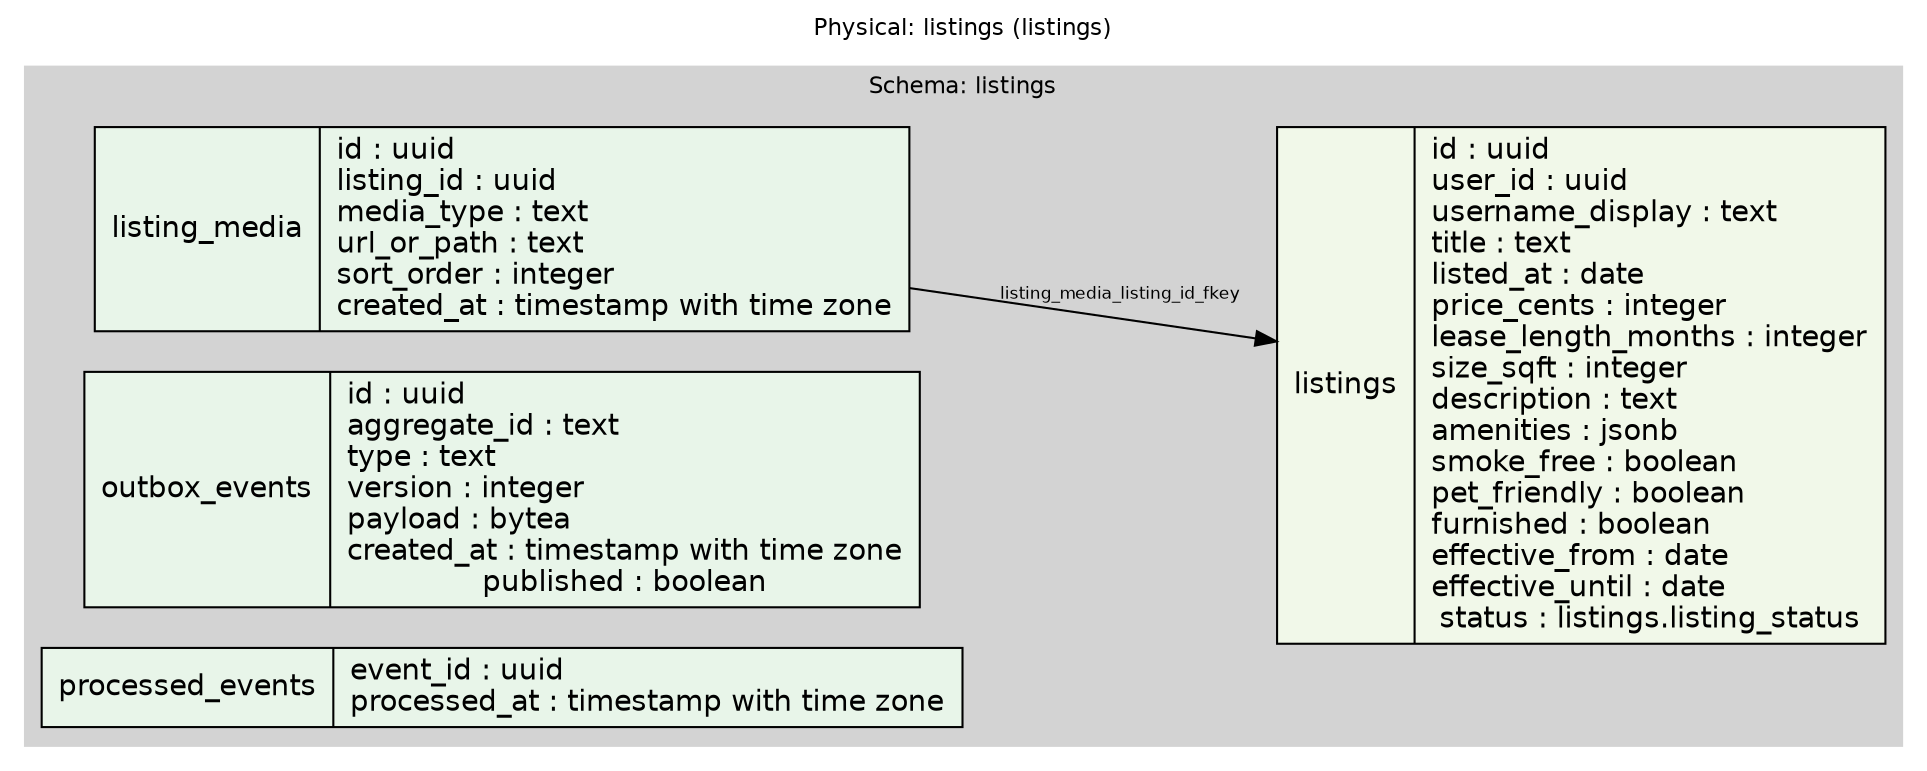
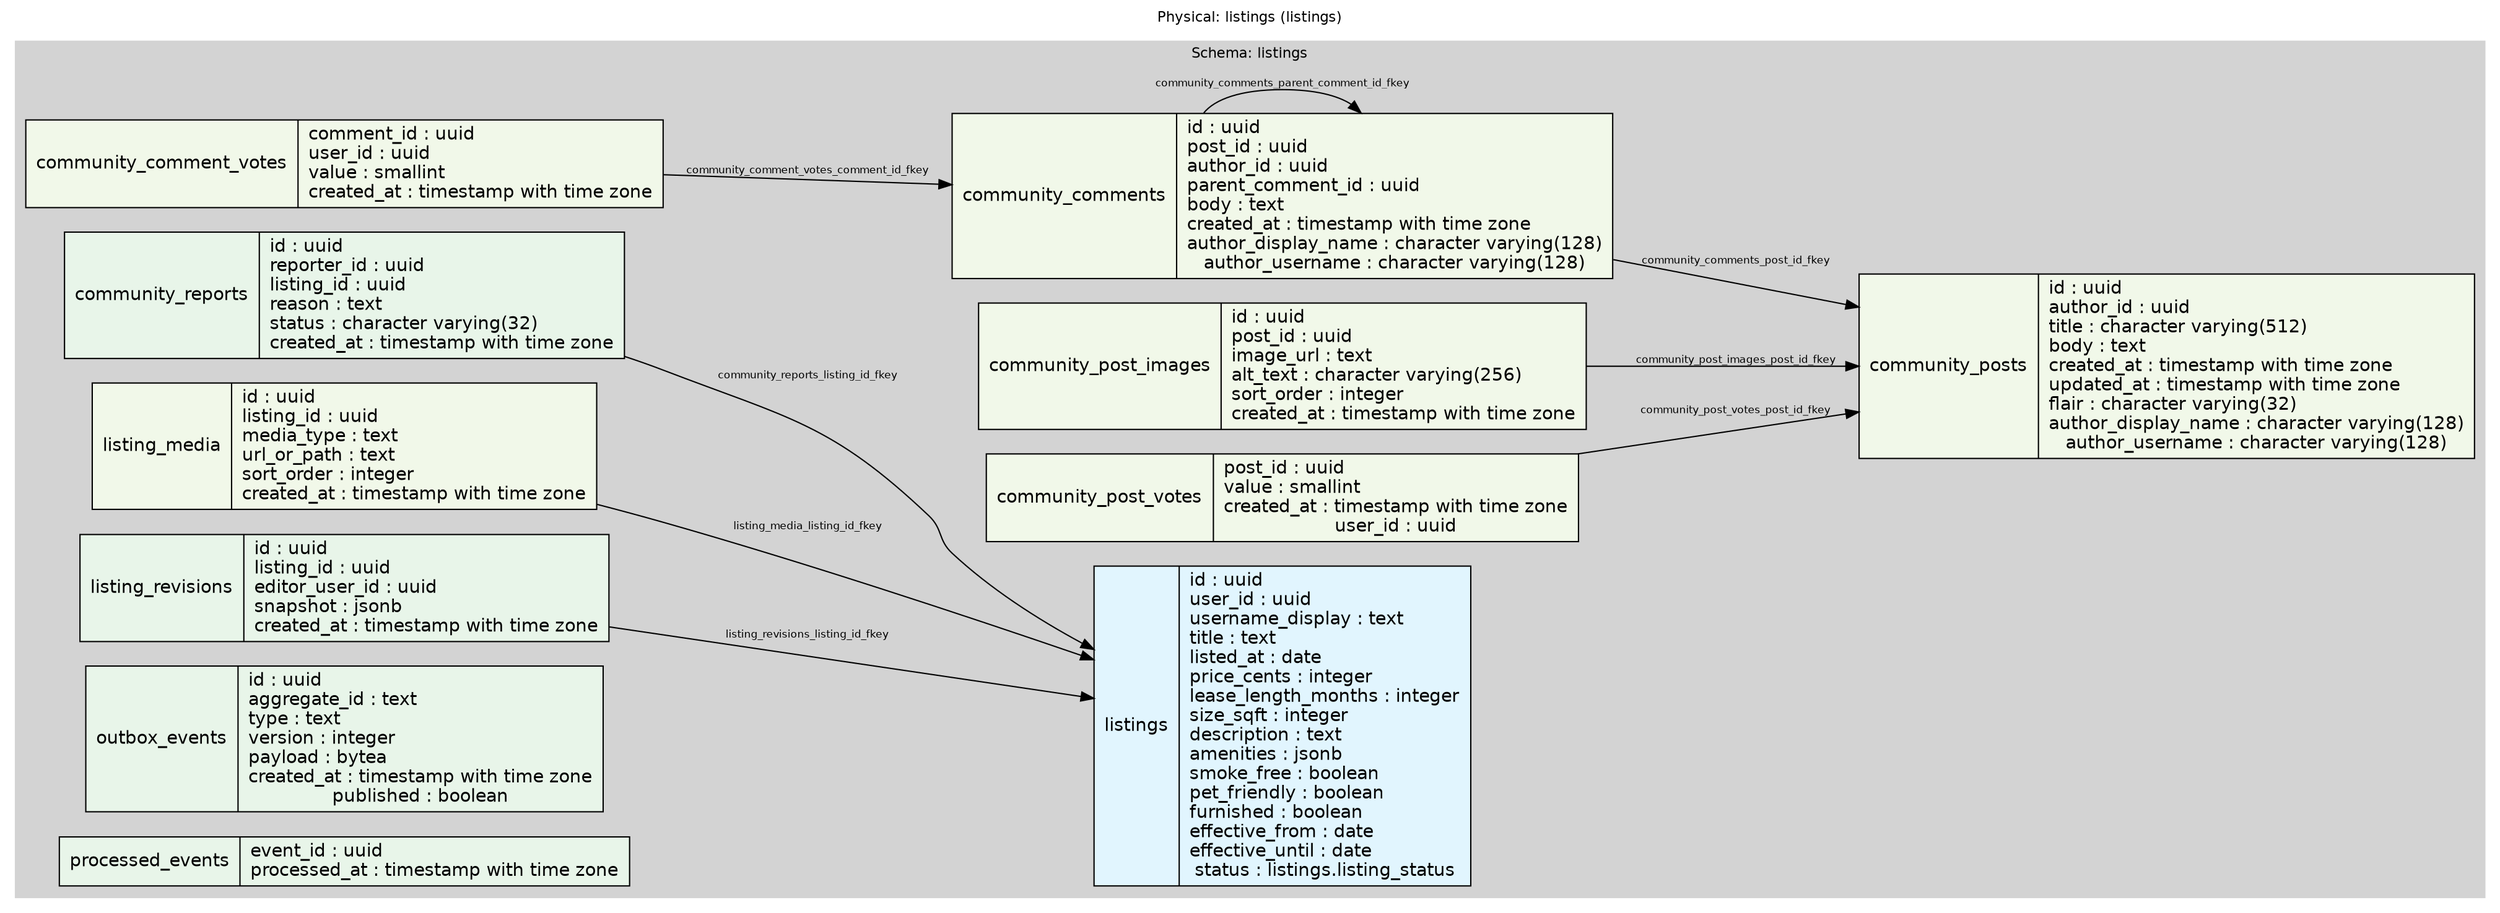
digraph physical {
  // Shared visual system — include inside digraph { } after the opening line.
  graph [fontname="Helvetica", fontsize=11];
  node [fontname="Helvetica"];
  edge [fontname="Helvetica", fontsize=9];
  graph [rankdir=LR, fontsize=11, label="Physical: listings (listings)", labelloc=t];
  node [shape=record, fontname="Helvetica"];
  edge [fontname="Helvetica", fontsize=8];

  subgraph cluster_listings {
    style=filled;
    color=lightgrey;
    label="Schema: listings";
-     "listings_listing_media" [label="{listing_media|id : uuid\llisting_id : uuid\lmedia_type : text\lurl_or_path : text\lsort_order : integer\lcreated_at : timestamp with time zone}", style=filled, fillcolor="#e8f5e9"];
-     "listings_listings" [label="{listings|id : uuid\luser_id : uuid\lusername_display : text\ltitle : text\llisted_at : date\lprice_cents : integer\llease_length_months : integer\lsize_sqft : integer\ldescription : text\lamenities : jsonb\lsmoke_free : boolean\lpet_friendly : boolean\lfurnished : boolean\leffective_from : date\leffective_until : date\lstatus : listings.listing_status}", style=filled, fillcolor="#f1f8e9"];
+     "listings_community_comment_votes" [label="{community_comment_votes|comment_id : uuid\luser_id : uuid\lvalue : smallint\lcreated_at : timestamp with time zone}", style=filled, fillcolor="#f1f8e9"];
+     "listings_community_comments" [label="{community_comments|id : uuid\lpost_id : uuid\lauthor_id : uuid\lparent_comment_id : uuid\lbody : text\lcreated_at : timestamp with time zone\lauthor_display_name : character varying(128)\lauthor_username : character varying(128)}", style=filled, fillcolor="#f1f8e9"];
+     "listings_community_post_images" [label="{community_post_images|id : uuid\lpost_id : uuid\limage_url : text\lalt_text : character varying(256)\lsort_order : integer\lcreated_at : timestamp with time zone}", style=filled, fillcolor="#f1f8e9"];
+     "listings_community_post_votes" [label="{community_post_votes|post_id : uuid\lvalue : smallint\lcreated_at : timestamp with time zone\luser_id : uuid}", style=filled, fillcolor="#f1f8e9"];
+     "listings_community_posts" [label="{community_posts|id : uuid\lauthor_id : uuid\ltitle : character varying(512)\lbody : text\lcreated_at : timestamp with time zone\lupdated_at : timestamp with time zone\lflair : character varying(32)\lauthor_display_name : character varying(128)\lauthor_username : character varying(128)}", style=filled, fillcolor="#f1f8e9"];
+     "listings_community_reports" [label="{community_reports|id : uuid\lreporter_id : uuid\llisting_id : uuid\lreason : text\lstatus : character varying(32)\lcreated_at : timestamp with time zone}", style=filled, fillcolor="#e8f5e9"];
+     "listings_listing_media" [label="{listing_media|id : uuid\llisting_id : uuid\lmedia_type : text\lurl_or_path : text\lsort_order : integer\lcreated_at : timestamp with time zone}", style=filled, fillcolor="#f1f8e9"];
+     "listings_listing_revisions" [label="{listing_revisions|id : uuid\llisting_id : uuid\leditor_user_id : uuid\lsnapshot : jsonb\lcreated_at : timestamp with time zone}", style=filled, fillcolor="#e8f5e9"];
+     "listings_listings" [label="{listings|id : uuid\luser_id : uuid\lusername_display : text\ltitle : text\llisted_at : date\lprice_cents : integer\llease_length_months : integer\lsize_sqft : integer\ldescription : text\lamenities : jsonb\lsmoke_free : boolean\lpet_friendly : boolean\lfurnished : boolean\leffective_from : date\leffective_until : date\lstatus : listings.listing_status}", style=filled, fillcolor="#e1f5fe"];
    "listings_outbox_events" [label="{outbox_events|id : uuid\laggregate_id : text\ltype : text\lversion : integer\lpayload : bytea\lcreated_at : timestamp with time zone\lpublished : boolean}", style=filled, fillcolor="#e8f5e9"];
    "listings_processed_events" [label="{processed_events|event_id : uuid\lprocessed_at : timestamp with time zone}", style=filled, fillcolor="#e8f5e9"];
  }

+   "listings_community_comment_votes" -> "listings_community_comments" [label="community_comment_votes_comment_id_fkey"];
+   "listings_community_comments" -> "listings_community_comments" [label="community_comments_parent_comment_id_fkey"];
+   "listings_community_comments" -> "listings_community_posts" [label="community_comments_post_id_fkey"];
+   "listings_community_post_images" -> "listings_community_posts" [label="community_post_images_post_id_fkey"];
+   "listings_community_post_votes" -> "listings_community_posts" [label="community_post_votes_post_id_fkey"];
+   "listings_community_reports" -> "listings_listings" [label="community_reports_listing_id_fkey"];
  "listings_listing_media" -> "listings_listings" [label="listing_media_listing_id_fkey"];
+   "listings_listing_revisions" -> "listings_listings" [label="listing_revisions_listing_id_fkey"];
}
